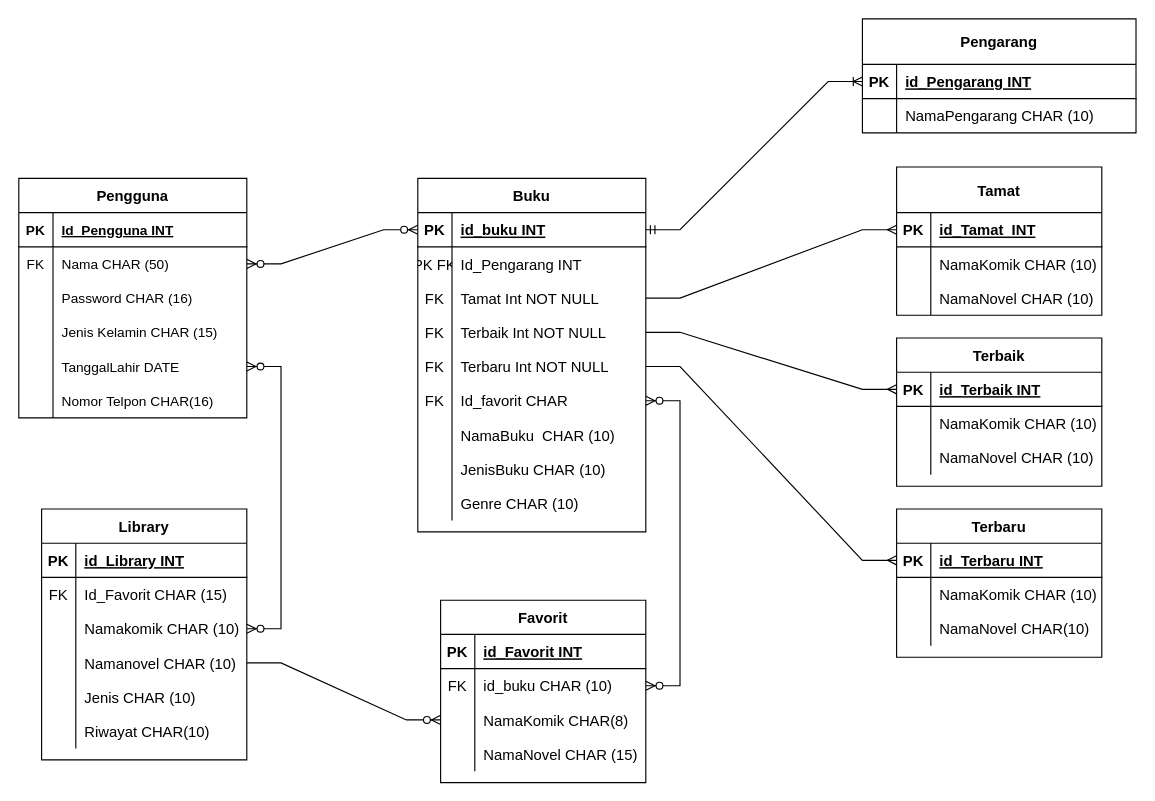
Nurrohman10/IF214002-2 keeps this draw.io diagram as Pertemuan5/pertemuan5-erd.drawio. Above is the earlier version. Source tidied: cells renumbered, new cells numbered last; positions are measured from the earlier drawing's top-left corner, leaving out a move shared by most shapes. Both pictures are drawn from the tidied source at 114%, with x=0, y=0 at pixel (18, 18).
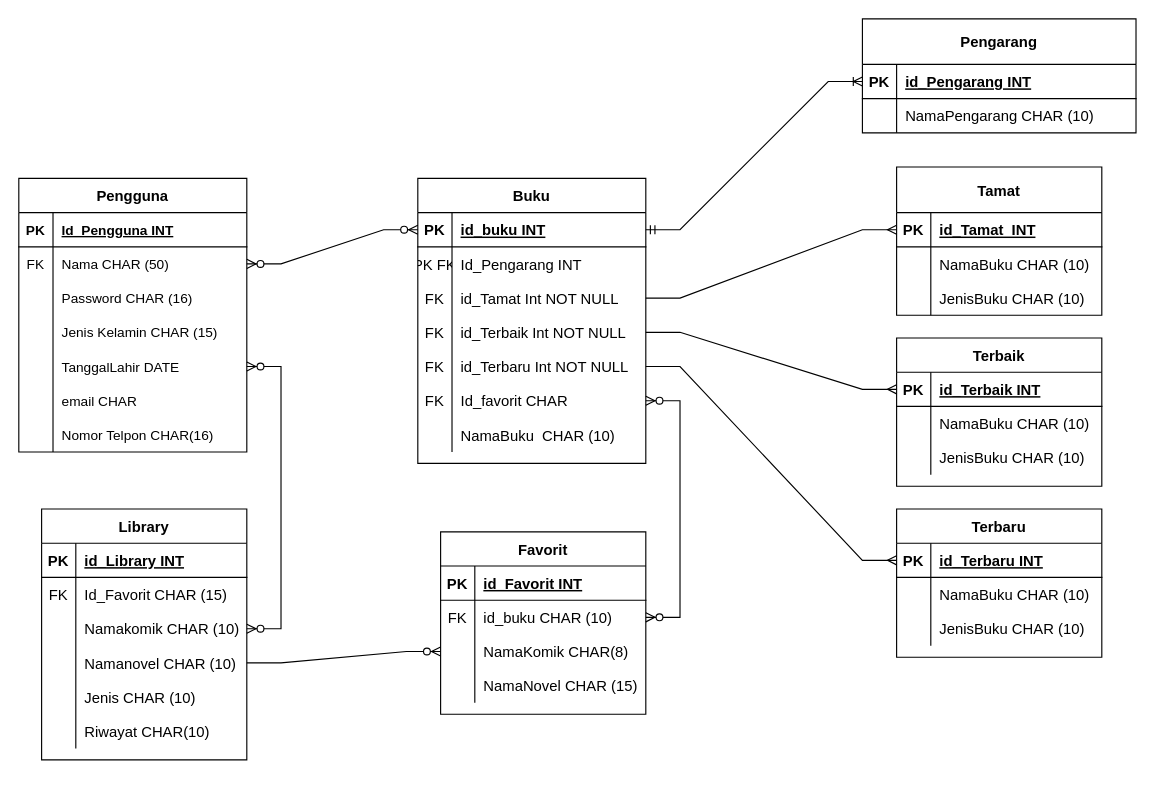
The same page after the edit.

The change refers to these unchanged cells:
```xml
<mxCell id="28" style="shape=tableRow;horizontal=0;startSize=0;swimlaneHead=0;swimlaneBody=0;fillColor=none;points=[[0,0.5],[1,0.5]];portConstraint=eastwest;top=0;left=0;right=0;bottom=0;fontSize=13;" parent="21" vertex="1">
  <mxGeometry y="90" width="200" height="30" as="geometry" />
</mxCell>
<mxCell id="31" style="shape=tableRow;horizontal=0;startSize=0;swimlaneHead=0;swimlaneBody=0;fillColor=none;points=[[0,0.5],[1,0.5]];portConstraint=eastwest;top=0;left=0;right=0;bottom=0;fontSize=13;" parent="21" vertex="1">
  <mxGeometry y="120" width="200" height="30" as="geometry" />
</mxCell>
<mxCell id="34" style="shape=tableRow;horizontal=0;startSize=0;swimlaneHead=0;swimlaneBody=0;fillColor=none;points=[[0,0.5],[1,0.5]];portConstraint=eastwest;top=0;left=0;right=0;bottom=0;fontSize=13;" parent="21" vertex="1">
  <mxGeometry y="150" width="200" height="30" as="geometry" />
</mxCell>
<mxCell id="82" value="Terbaik" style="shape=table;startSize=30;childLayout=tableLayout;rowLines=0;fontStyle=1;align=center;fontSize=13;" parent="1" vertex="1">
  <mxGeometry x="770" y="280" width="180" height="130" as="geometry" />
</mxCell>
<mxCell id="86" style="shape=tableRow;horizontal=0;startSize=0;swimlaneHead=0;swimlaneBody=0;fillColor=none;top=0;left=0;right=0;bottom=0;fontSize=13;" parent="82" vertex="1">
  <mxGeometry y="60" width="180" height="30" as="geometry" />
</mxCell>
<mxCell id="93" value="Terbaru" style="shape=table;startSize=30;childLayout=tableLayout;rowLines=0;fontStyle=1;align=center;fontSize=13;" parent="1" vertex="1">
  <mxGeometry x="770" y="430" width="180" height="130" as="geometry" />
</mxCell>
<mxCell id="97" style="shape=tableRow;horizontal=0;startSize=0;swimlaneHead=0;swimlaneBody=0;fillColor=none;top=0;left=0;right=0;bottom=0;fontSize=13;" parent="93" vertex="1">
  <mxGeometry y="60" width="180" height="30" as="geometry" />
</mxCell>
<mxCell id="107" style="shape=tableRow;horizontal=0;startSize=0;swimlaneHead=0;swimlaneBody=0;fillColor=none;top=0;left=0;right=0;bottom=0;fontSize=13;" parent="103" vertex="1">
  <mxGeometry y="70" width="180" height="30" as="geometry" />
</mxCell>
<mxCell id="110" style="shape=tableRow;horizontal=0;startSize=0;swimlaneHead=0;swimlaneBody=0;fillColor=none;top=0;left=0;right=0;bottom=0;fontSize=13;" parent="103" vertex="1">
  <mxGeometry y="100" width="180" height="30" as="geometry" />
</mxCell>
```

Diff of the diagram source:
```diff
@@
     <mxCell id="2" value="Pengguna" style="shape=table;startSize=30;childLayout=tableLayout;rowLines=0;fontStyle=1;align=center;fontSize=13;" parent="1" vertex="1">
-      <mxGeometry y="140" width="200" height="210" as="geometry" />
+      <mxGeometry y="140" width="200" height="240" as="geometry" />
     </mxCell>
@@
+    <mxCell id="126" style="shape=partialRectangle;fillColor=none;top=0;left=0;right=0;bottom=0;" parent="2" vertex="1">
+      <mxGeometry y="180" width="200" height="30" as="geometry" />
+    </mxCell>
+    <mxCell id="127" style="shape=partialRectangle;overflow=hidden;fillColor=none;top=0;left=0;bottom=0;right=0;" parent="126" vertex="1">
+      <mxGeometry width="30" height="30" as="geometry" />
+    </mxCell>
+    <mxCell id="128" value="email CHAR" style="shape=partialRectangle;overflow=hidden;fillColor=none;top=0;left=0;bottom=0;right=0;align=left;spacingLeft=6;" parent="126" vertex="1">
+      <mxGeometry x="30" width="170" height="30" as="geometry" />
+    </mxCell>
     <mxCell id="18" style="shape=partialRectangle;fillColor=none;top=0;left=0;right=0;bottom=0;" parent="2" vertex="1">
-      <mxGeometry y="180" width="200" height="30" as="geometry" />
+      <mxGeometry y="210" width="200" height="30" as="geometry" />
     </mxCell>
@@
     <mxCell id="21" value="Buku" style="shape=table;startSize=30;childLayout=tableLayout;rowLines=0;fontStyle=1;align=center;fontSize=13;" parent="1" vertex="1">
-      <mxGeometry x="350" y="140" width="200" height="310" as="geometry" />
+      <mxGeometry x="350" y="140" width="200" height="250" as="geometry" />
     </mxCell>
@@
-    <mxCell id="30" value="Tamat Int NOT NULL" style="shape=partialRectangle;fillColor=none;top=0;left=0;bottom=0;right=0;align=left;spacingLeft=6;overflow=hidden;fontSize=13;" parent="28" vertex="1">
+    <mxCell id="30" value="id_Tamat Int NOT NULL" style="shape=partialRectangle;fillColor=none;top=0;left=0;bottom=0;right=0;align=left;spacingLeft=6;overflow=hidden;fontSize=13;" parent="28" vertex="1">
       <mxGeometry x="30" width="170" height="30" as="geometry" />
     </mxCell>
@@
-    <mxCell id="33" value="Terbaik Int NOT NULL" style="shape=partialRectangle;fillColor=none;top=0;left=0;bottom=0;right=0;align=left;spacingLeft=6;overflow=hidden;fontSize=13;" parent="31" vertex="1">
+    <mxCell id="33" value="id_Terbaik Int NOT NULL" style="shape=partialRectangle;fillColor=none;top=0;left=0;bottom=0;right=0;align=left;spacingLeft=6;overflow=hidden;fontSize=13;" parent="31" vertex="1">
       <mxGeometry x="30" width="170" height="30" as="geometry" />
     </mxCell>
@@
-    <mxCell id="36" value="Terbaru Int NOT NULL" style="shape=partialRectangle;fillColor=none;top=0;left=0;bottom=0;right=0;align=left;spacingLeft=6;overflow=hidden;fontSize=13;" parent="34" vertex="1">
+    <mxCell id="36" value="id_Terbaru Int NOT NULL" style="shape=partialRectangle;fillColor=none;top=0;left=0;bottom=0;right=0;align=left;spacingLeft=6;overflow=hidden;fontSize=13;" parent="34" vertex="1">
       <mxGeometry x="30" width="170" height="30" as="geometry" />
     </mxCell>
@@
-    <mxCell id="43" style="shape=tableRow;horizontal=0;startSize=0;swimlaneHead=0;swimlaneBody=0;fillColor=none;top=0;left=0;right=0;bottom=0;fontSize=13;" parent="21" vertex="1">
-      <mxGeometry y="240" width="200" height="30" as="geometry" />
-    </mxCell>
-    <mxCell id="44" style="shape=partialRectangle;fillColor=none;top=0;left=0;bottom=0;right=0;overflow=hidden;fontSize=13;" parent="43" vertex="1">
-      <mxGeometry width="30" height="30" as="geometry" />
-    </mxCell>
-    <mxCell id="45" value="JenisBuku CHAR (10)" style="shape=partialRectangle;fillColor=none;top=0;left=0;bottom=0;right=0;align=left;spacingLeft=6;overflow=hidden;fontSize=13;" parent="43" vertex="1">
-      <mxGeometry x="30" width="170" height="30" as="geometry" />
-    </mxCell>
-    <mxCell id="46" style="shape=tableRow;horizontal=0;startSize=0;swimlaneHead=0;swimlaneBody=0;fillColor=none;top=0;left=0;right=0;bottom=0;fontSize=13;" parent="21" vertex="1">
-      <mxGeometry y="270" width="200" height="30" as="geometry" />
-    </mxCell>
-    <mxCell id="47" style="shape=partialRectangle;fillColor=none;top=0;left=0;bottom=0;right=0;overflow=hidden;fontSize=13;" parent="46" vertex="1">
-      <mxGeometry width="30" height="30" as="geometry" />
-    </mxCell>
-    <mxCell id="48" value="Genre CHAR (10)" style="shape=partialRectangle;fillColor=none;top=0;left=0;bottom=0;right=0;align=left;spacingLeft=6;overflow=hidden;fontSize=13;" parent="46" vertex="1">
-      <mxGeometry x="30" width="170" height="30" as="geometry" />
-    </mxCell>
@@
     <mxCell id="68" value="Favorit" style="shape=table;startSize=30;childLayout=tableLayout;rowLines=0;fontStyle=1;align=center;fontSize=13;" parent="1" vertex="1">
-      <mxGeometry x="370" y="510" width="180" height="160" as="geometry" />
+      <mxGeometry x="370" y="450" width="180" height="160" as="geometry" />
     </mxCell>
@@
-    <mxCell id="88" value="NamaKomik CHAR (10)" style="shape=partialRectangle;fillColor=none;top=0;left=0;bottom=0;right=0;align=left;spacingLeft=6;overflow=hidden;fontSize=13;" parent="86" vertex="1">
+    <mxCell id="88" value="NamaBuku CHAR (10)" style="shape=partialRectangle;fillColor=none;top=0;left=0;bottom=0;right=0;align=left;spacingLeft=6;overflow=hidden;fontSize=13;" parent="86" vertex="1">
       <mxGeometry x="30" width="150" height="30" as="geometry" />
     </mxCell>
-    <mxCell id="89" style="shape=tableRow;horizontal=0;startSize=0;swimlaneHead=0;swimlaneBody=0;fillColor=none;top=0;left=0;right=0;bottom=0;fontSize=13;" parent="82" vertex="1">
-      <mxGeometry y="90" width="180" height="30" as="geometry" />
-    </mxCell>
-    <mxCell id="90" style="shape=partialRectangle;fillColor=none;top=0;left=0;bottom=0;right=0;overflow=hidden;fontSize=13;" parent="89" vertex="1">
-      <mxGeometry width="30" height="30" as="geometry" />
-    </mxCell>
-    <mxCell id="91" value="NamaNovel CHAR (10)" style="shape=partialRectangle;fillColor=none;top=0;left=0;bottom=0;right=0;align=left;spacingLeft=6;overflow=hidden;fontSize=13;" parent="89" vertex="1">
-      <mxGeometry x="30" width="150" height="30" as="geometry" />
-    </mxCell>
+    <mxCell id="129" style="shape=tableRow;horizontal=0;startSize=0;swimlaneHead=0;swimlaneBody=0;fillColor=none;top=0;left=0;right=0;bottom=0;fontSize=13;" parent="82" vertex="1">
+      <mxGeometry y="90" width="180" height="30" as="geometry" />
+    </mxCell>
+    <mxCell id="130" style="shape=partialRectangle;fillColor=none;top=0;left=0;bottom=0;right=0;overflow=hidden;fontSize=13;" parent="129" vertex="1">
+      <mxGeometry width="30" height="30" as="geometry" />
+    </mxCell>
+    <mxCell id="131" value="JenisBuku CHAR (10)" style="shape=partialRectangle;fillColor=none;top=0;left=0;bottom=0;right=0;align=left;spacingLeft=6;overflow=hidden;fontSize=13;" parent="129" vertex="1">
+      <mxGeometry x="30" width="150" height="30" as="geometry" />
+    </mxCell>
@@
-    <mxCell id="99" value="NamaKomik CHAR (10)" style="shape=partialRectangle;fillColor=none;top=0;left=0;bottom=0;right=0;align=left;spacingLeft=6;overflow=hidden;fontSize=13;" parent="97" vertex="1">
+    <mxCell id="99" value="NamaBuku CHAR (10)" style="shape=partialRectangle;fillColor=none;top=0;left=0;bottom=0;right=0;align=left;spacingLeft=6;overflow=hidden;fontSize=13;" parent="97" vertex="1">
       <mxGeometry x="30" width="150" height="30" as="geometry" />
     </mxCell>
-    <mxCell id="100" style="shape=tableRow;horizontal=0;startSize=0;swimlaneHead=0;swimlaneBody=0;fillColor=none;top=0;left=0;right=0;bottom=0;fontSize=13;" parent="93" vertex="1">
-      <mxGeometry y="90" width="180" height="30" as="geometry" />
-    </mxCell>
-    <mxCell id="101" style="shape=partialRectangle;fillColor=none;top=0;left=0;bottom=0;right=0;overflow=hidden;fontSize=13;" parent="100" vertex="1">
-      <mxGeometry width="30" height="30" as="geometry" />
-    </mxCell>
-    <mxCell id="102" value="NamaNovel CHAR(10)" style="shape=partialRectangle;fillColor=none;top=0;left=0;bottom=0;right=0;align=left;spacingLeft=6;overflow=hidden;fontSize=13;" parent="100" vertex="1">
-      <mxGeometry x="30" width="150" height="30" as="geometry" />
-    </mxCell>
+    <mxCell id="132" style="shape=tableRow;horizontal=0;startSize=0;swimlaneHead=0;swimlaneBody=0;fillColor=none;top=0;left=0;right=0;bottom=0;fontSize=13;" parent="93" vertex="1">
+      <mxGeometry y="90" width="180" height="30" as="geometry" />
+    </mxCell>
+    <mxCell id="133" style="shape=partialRectangle;fillColor=none;top=0;left=0;bottom=0;right=0;overflow=hidden;fontSize=13;" parent="132" vertex="1">
+      <mxGeometry width="30" height="30" as="geometry" />
+    </mxCell>
+    <mxCell id="134" value="JenisBuku CHAR (10)" style="shape=partialRectangle;fillColor=none;top=0;left=0;bottom=0;right=0;align=left;spacingLeft=6;overflow=hidden;fontSize=13;" parent="132" vertex="1">
+      <mxGeometry x="30" width="150" height="30" as="geometry" />
+    </mxCell>
@@
-    <mxCell id="109" value="NamaKomik CHAR (10)" style="shape=partialRectangle;fillColor=none;top=0;left=0;bottom=0;right=0;align=left;spacingLeft=6;overflow=hidden;fontSize=13;" parent="107" vertex="1">
+    <mxCell id="109" value="NamaBuku CHAR (10)" style="shape=partialRectangle;fillColor=none;top=0;left=0;bottom=0;right=0;align=left;spacingLeft=6;overflow=hidden;fontSize=13;" parent="107" vertex="1">
       <mxGeometry x="30" width="150" height="30" as="geometry" />
     </mxCell>
@@
-    <mxCell id="111" style="shape=partialRectangle;fillColor=none;top=0;left=0;bottom=0;right=0;overflow=hidden;fontSize=13;" parent="110" vertex="1">
-      <mxGeometry width="30" height="30" as="geometry" />
-    </mxCell>
-    <mxCell id="112" value="NamaNovel CHAR (10)" style="shape=partialRectangle;fillColor=none;top=0;left=0;bottom=0;right=0;align=left;spacingLeft=6;overflow=hidden;fontSize=13;" parent="110" vertex="1">
-      <mxGeometry x="30" width="150" height="30" as="geometry" />
-    </mxCell>
+    <mxCell id="135" style="shape=partialRectangle;fillColor=none;top=0;left=0;bottom=0;right=0;overflow=hidden;fontSize=13;" parent="110" vertex="1">
+      <mxGeometry width="30" height="30" as="geometry" />
+    </mxCell>
+    <mxCell id="136" value="JenisBuku CHAR (10)" style="shape=partialRectangle;fillColor=none;top=0;left=0;bottom=0;right=0;align=left;spacingLeft=6;overflow=hidden;fontSize=13;" parent="110" vertex="1">
+      <mxGeometry x="30" width="150" height="30" as="geometry" />
+    </mxCell>
```
